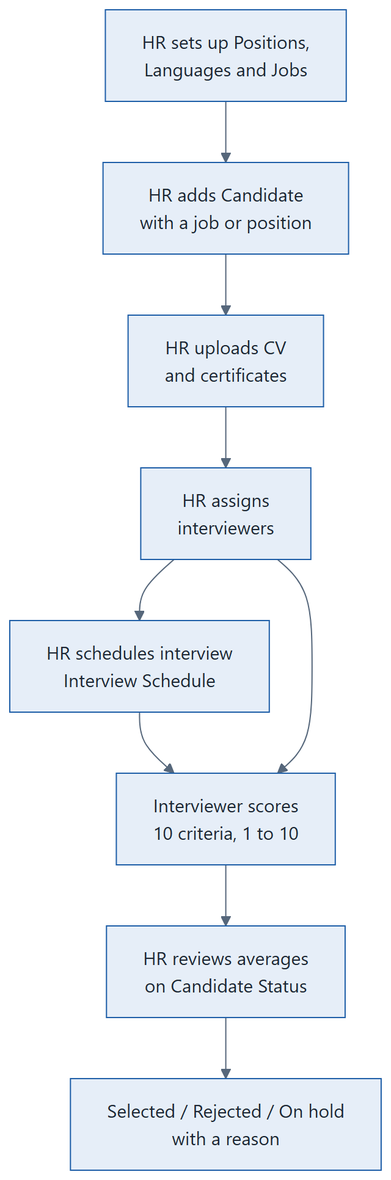
rafitsabbir/RMS keeps this Mermaid diagram as docs/handbooks/src/diagrams/ba-process.png. Above is the earlier version. Its source is kept beside it as docs/handbooks/src/diagrams/ba-process.mmd. Source of this version:
```mermaid
flowchart TD
  A[HR sets up Positions,<br/>Languages and Jobs] --> B[HR adds Candidate<br/>with a job or position]
  B --> G[HR uploads CV<br/>and certificates]
  G --> H[HR assigns<br/>interviewers]
  H --> C[HR schedules interview<br/>Interview Schedule]
  C --> D[Interviewer scores<br/>10 criteria, 1 to 10]
  H --> D
  D --> E[HR reviews averages<br/>on Candidate Status]
  E --> F[Selected / Rejected / On hold<br/>with a reason]
```
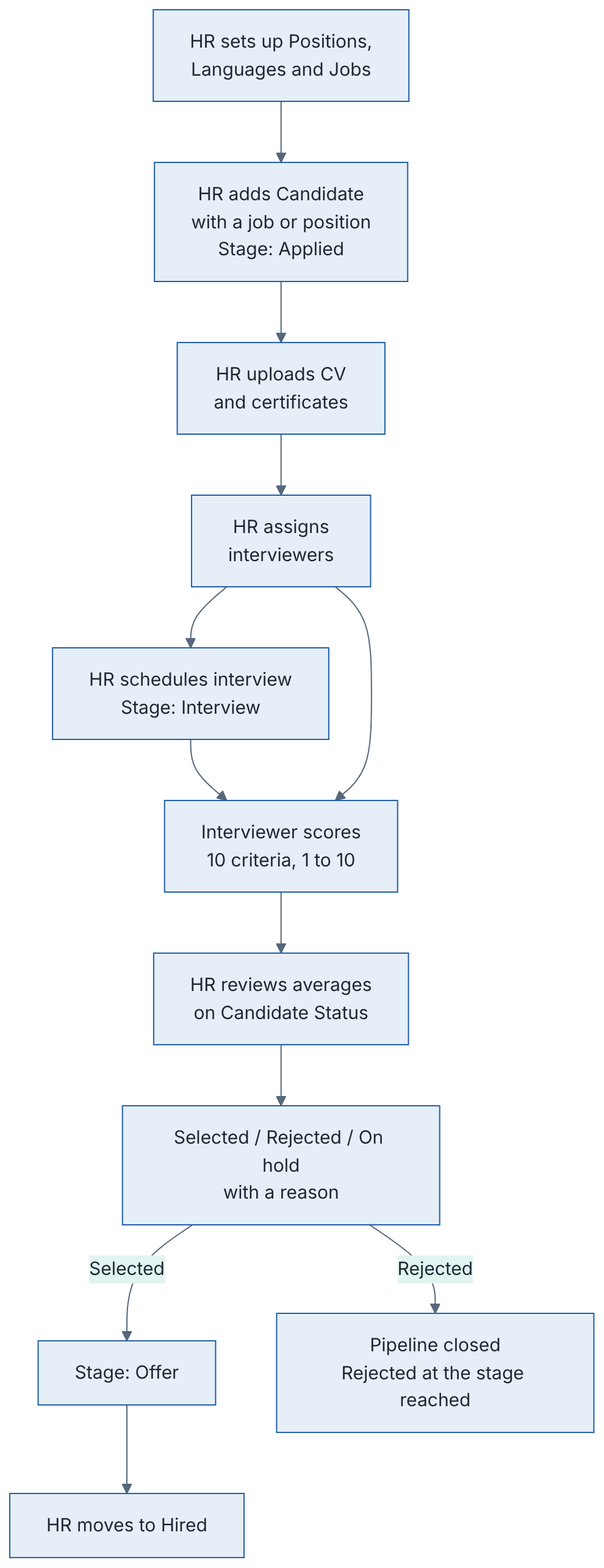
Later version of the same file.

Change to the diagram source:
```diff
@@ -1,9 +1,12 @@
 flowchart TD
-  A[HR sets up Positions,<br/>Languages and Jobs] --> B[HR adds Candidate<br/>with a job or position]
+  A[HR sets up Positions,<br/>Languages and Jobs] --> B[HR adds Candidate<br/>with a job or position<br/>Stage: Applied]
   B --> G[HR uploads CV<br/>and certificates]
   G --> H[HR assigns<br/>interviewers]
-  H --> C[HR schedules interview<br/>Interview Schedule]
+  H --> C[HR schedules interview<br/>Stage: Interview]
   C --> D[Interviewer scores<br/>10 criteria, 1 to 10]
   H --> D
   D --> E[HR reviews averages<br/>on Candidate Status]
   E --> F[Selected / Rejected / On hold<br/>with a reason]
+  F -->|Selected| O[Stage: Offer]
+  O --> J[HR moves to Hired]
+  F -->|Rejected| R[Pipeline closed<br/>Rejected at the stage reached]
```
